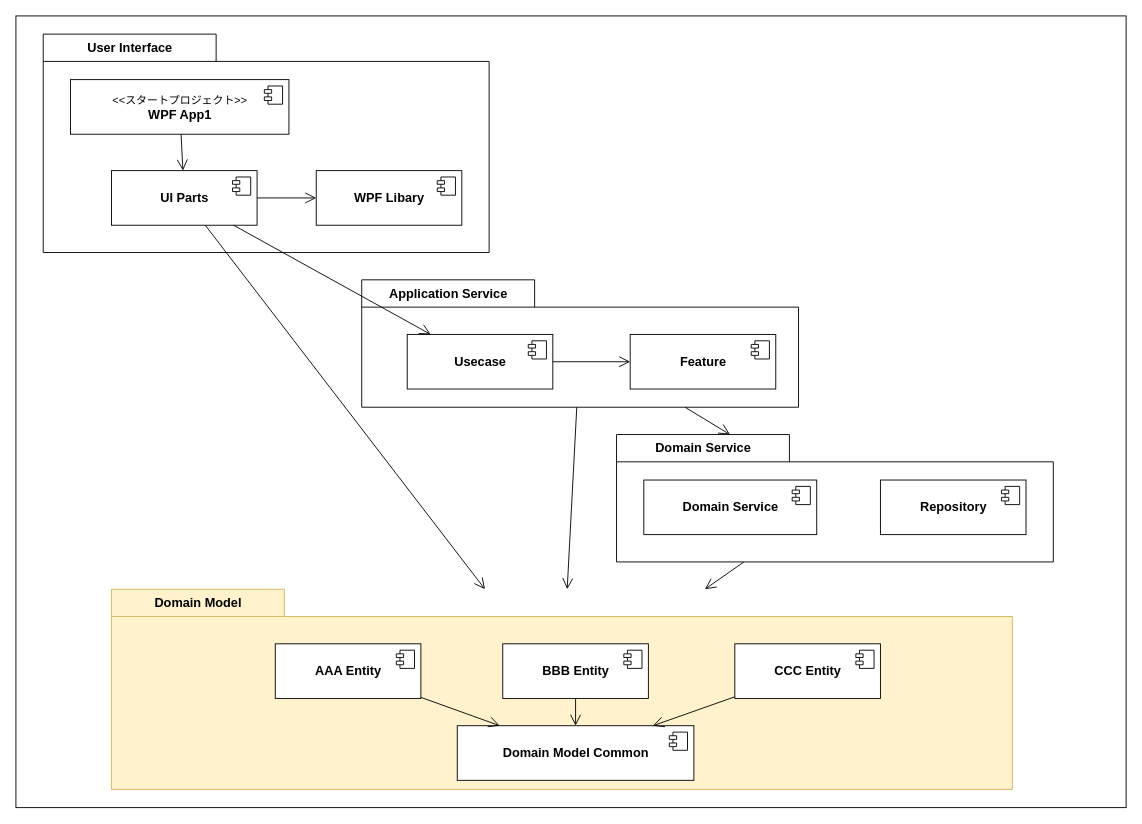
The draw.io diagram page "Domain Model層コンポーネント" (4 of 7) of Documents/Design/Figures.drawio in bosssanovar/WindowsApp_Template_202404, before the edit. Source tidied: cells renumbered, new cells numbered last; positions are measured from the earlier drawing's top-left corner, leaving out a move shared by most shapes. Both pictures are drawn from the tidied source at 91%, with x=0, y=0 at pixel (15, 15).
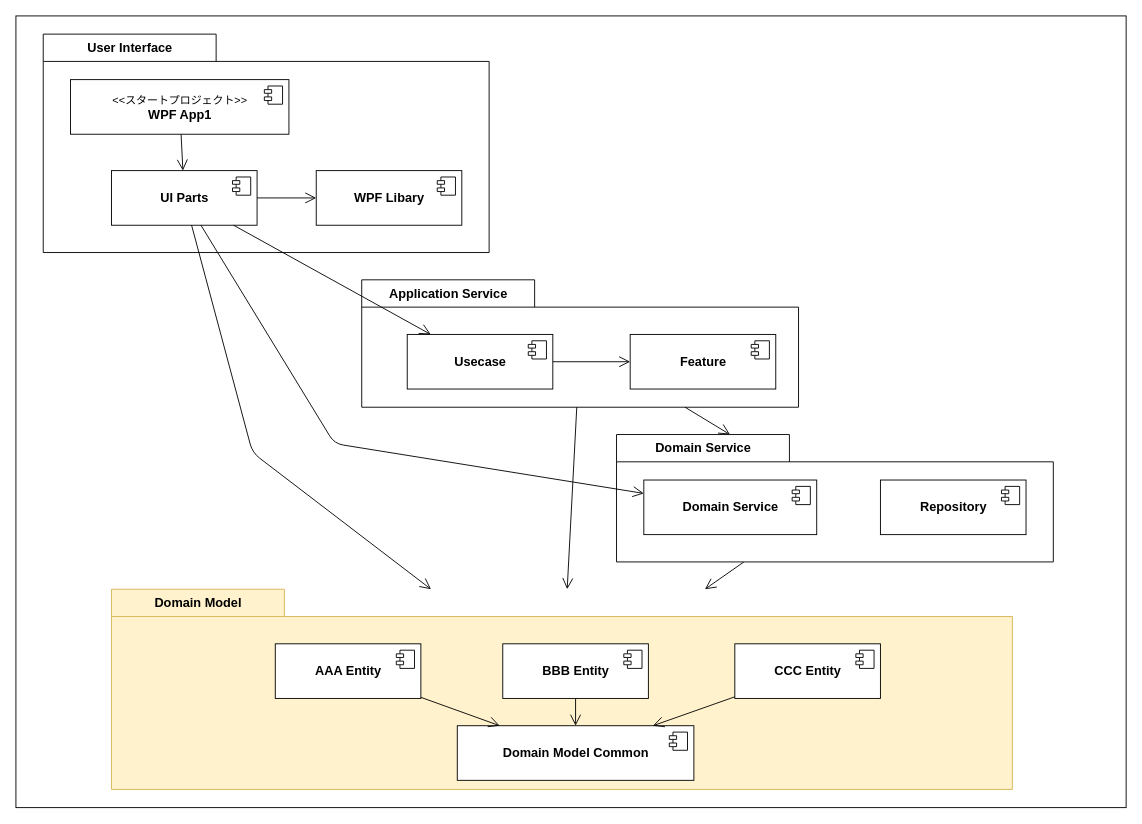
The same diagram, later.

The change refers to these unchanged cells:
```xml
<mxCell id="3" value="Domain Model" style="shape=folder;fontStyle=1;tabWidth=190;tabHeight=30;tabPosition=left;html=1;boundedLbl=1;labelInHeader=1;strokeColor=#d6b656;strokeWidth=1;fontSize=14;fillColor=#fff2cc;" parent="1" vertex="1">
  <mxGeometry x="105" y="630" width="990" height="220" as="geometry" />
</mxCell>
<mxCell id="19" value="&lt;b&gt;Domain Service&lt;/b&gt;" style="html=1;strokeColor=#000000;strokeWidth=1;fontSize=14;fontColor=#000000;fillColor=#FFFFFF;" parent="17" vertex="1">
  <mxGeometry x="30" y="50" width="190" height="60" as="geometry" />
</mxCell>
<mxCell id="32" value="&lt;b&gt;UI Parts&lt;/b&gt;" style="html=1;strokeColor=#000000;strokeWidth=1;fontSize=14;fontColor=#000000;fillColor=#FFFFFF;" parent="30" vertex="1">
  <mxGeometry x="75" y="150" width="160" height="60" as="geometry" />
</mxCell>
```

What changed in the source:
```diff
@@
     <mxCell id="43" style="edgeStyle=none;html=1;strokeWidth=1;fontSize=12;fontColor=#000000;endArrow=open;endFill=0;startSize=6;endSize=10;" parent="1" edge="1" source="32" target="3">
-      <mxGeometry relative="1" as="geometry" />
+      <mxGeometry relative="1" as="geometry">
+        <Array as="points">
+          <mxPoint x="260" y="480" />
+        </Array>
+      </mxGeometry>
     </mxCell>
+    <mxCell id="44" style="edgeStyle=none;html=1;strokeWidth=1;fontSize=12;fontColor=#000000;endArrow=open;endFill=0;startSize=6;endSize=10;" parent="1" edge="1" source="32" target="19">
+      <mxGeometry relative="1" as="geometry">
+        <Array as="points">
+          <mxPoint x="350" y="470" />
+        </Array>
+      </mxGeometry>
+    </mxCell>
```
